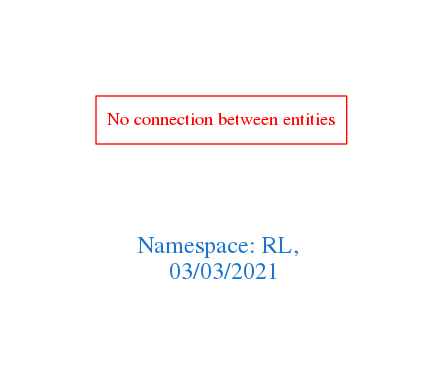
arago/OGIT keeps this Graphviz diagram as downloads/RL.png. Above is the earlier version. Its source is kept beside it as downloads/RL.dot.
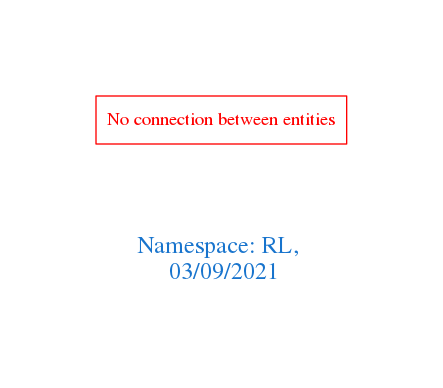
After the commit.

Change to the diagram source:
```diff
@@ -1,7 +1,7 @@
 digraph OGIT_ontology {
  graph [ rankdir= LR,pad=1
 fontsize = 18,
-fontcolor= dodgerblue3,label = "\n\n\nNamespace: RL, \n 03/03/2021"];
+fontcolor= dodgerblue3,label = "\n\n\nNamespace: RL, \n 03/09/2021"];
 node[shape=polygon];
 edge [  color="gray81"];
 
```
